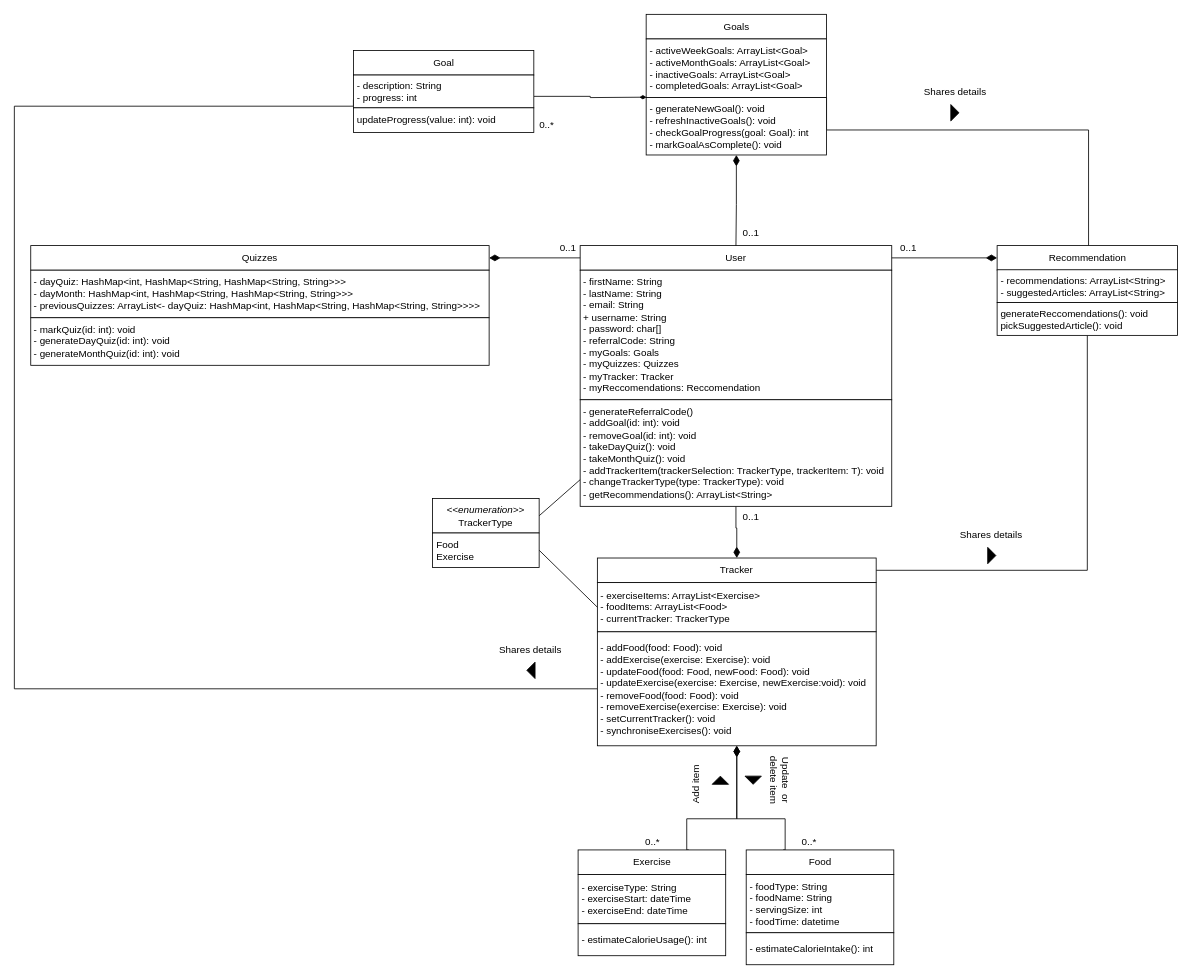
ahammond3aws/DC2SEN keeps this draw.io diagram as Final_class_diagram.drawio. Above is the earlier version. Source tidied: cells renumbered, new cells numbered last; positions are measured from the earlier drawing's top-left corner, leaving out a move shared by most shapes. Both pictures are drawn from the tidied source at 82%, with x=0, y=0 at pixel (14, 14).
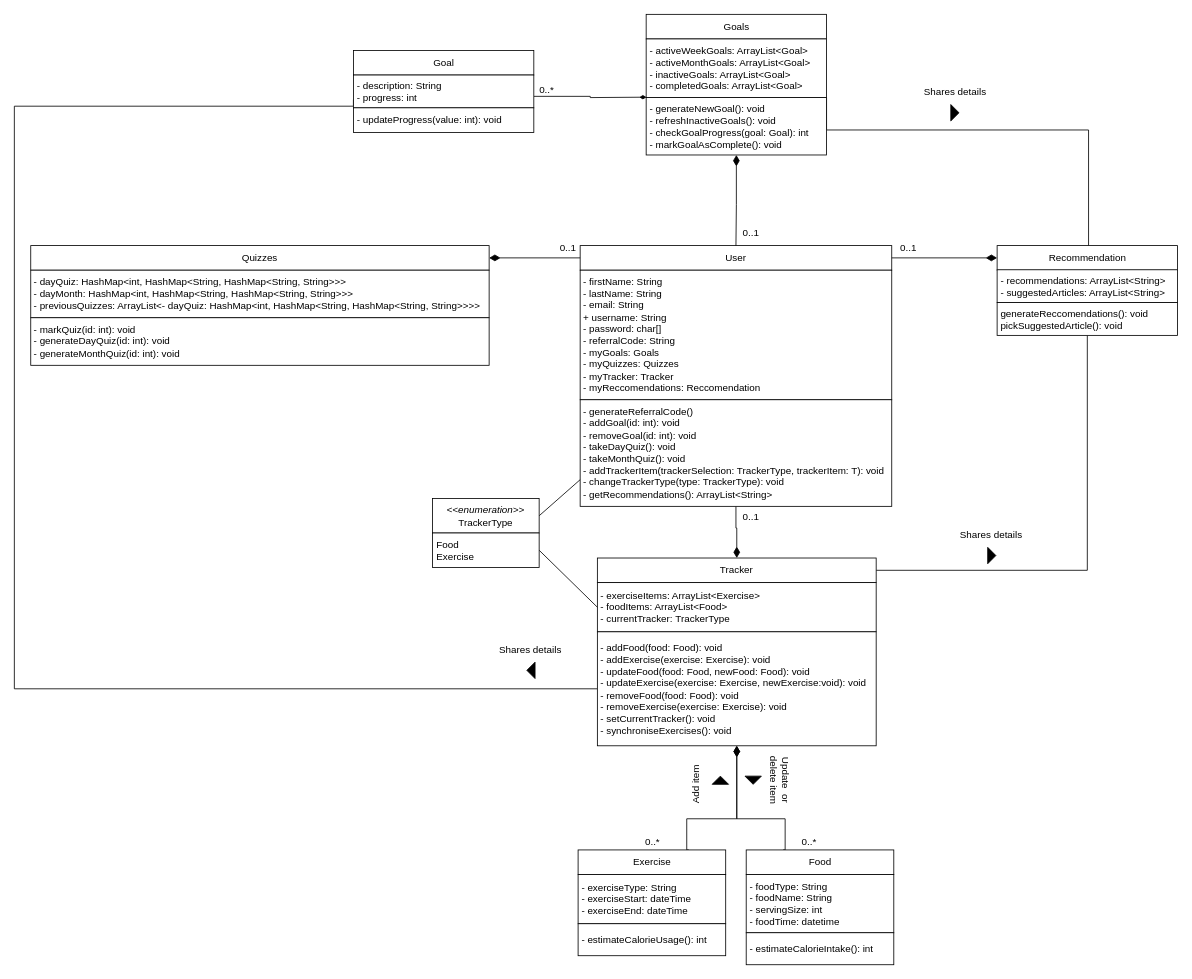
The same diagram, later.

Change to the diagram source:
```diff
@@
-    <mxCell id="53" value="updateProgress(value: int): void" style="rounded=0;whiteSpace=wrap;html=1;align=left;spacingLeft=2;" parent="1" vertex="1">
+    <mxCell id="53" value="- updateProgress(value: int): void" style="rounded=0;whiteSpace=wrap;html=1;align=left;spacingLeft=2;" parent="1" vertex="1">
       <mxGeometry x="413.5" y="114" width="220" height="30" as="geometry" />
     </mxCell>
     <mxCell id="54" value="0..*" style="text;html=1;align=center;verticalAlign=middle;strokeColor=none;fillColor=none;" parent="1" vertex="1">
-      <mxGeometry x="629" y="120" width="40" height="30" as="geometry" />
+      <mxGeometry x="629" y="77" width="40" height="30" as="geometry" />
     </mxCell>
```
